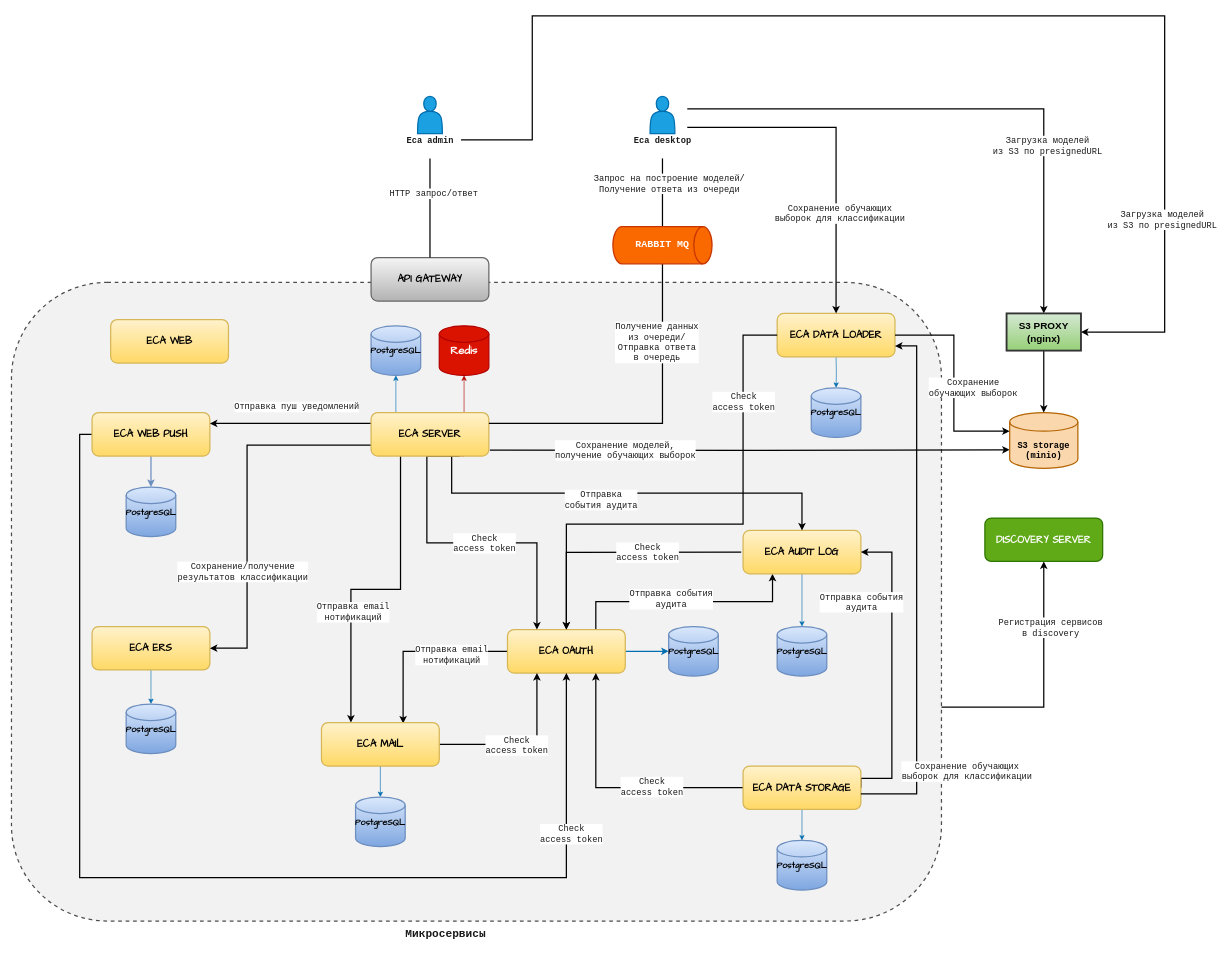
Stonnos/eca-service keeps this draw.io diagram as doc/schemas/eca-service-architecture.drawio. Above is the earlier version. Source tidied: cells renumbered, new cells numbered last; positions are measured from the earlier drawing's top-left corner, leaving out a move shared by most shapes. Both pictures are drawn from the tidied source at 62%, with x=0, y=0 at pixel (11, 16).
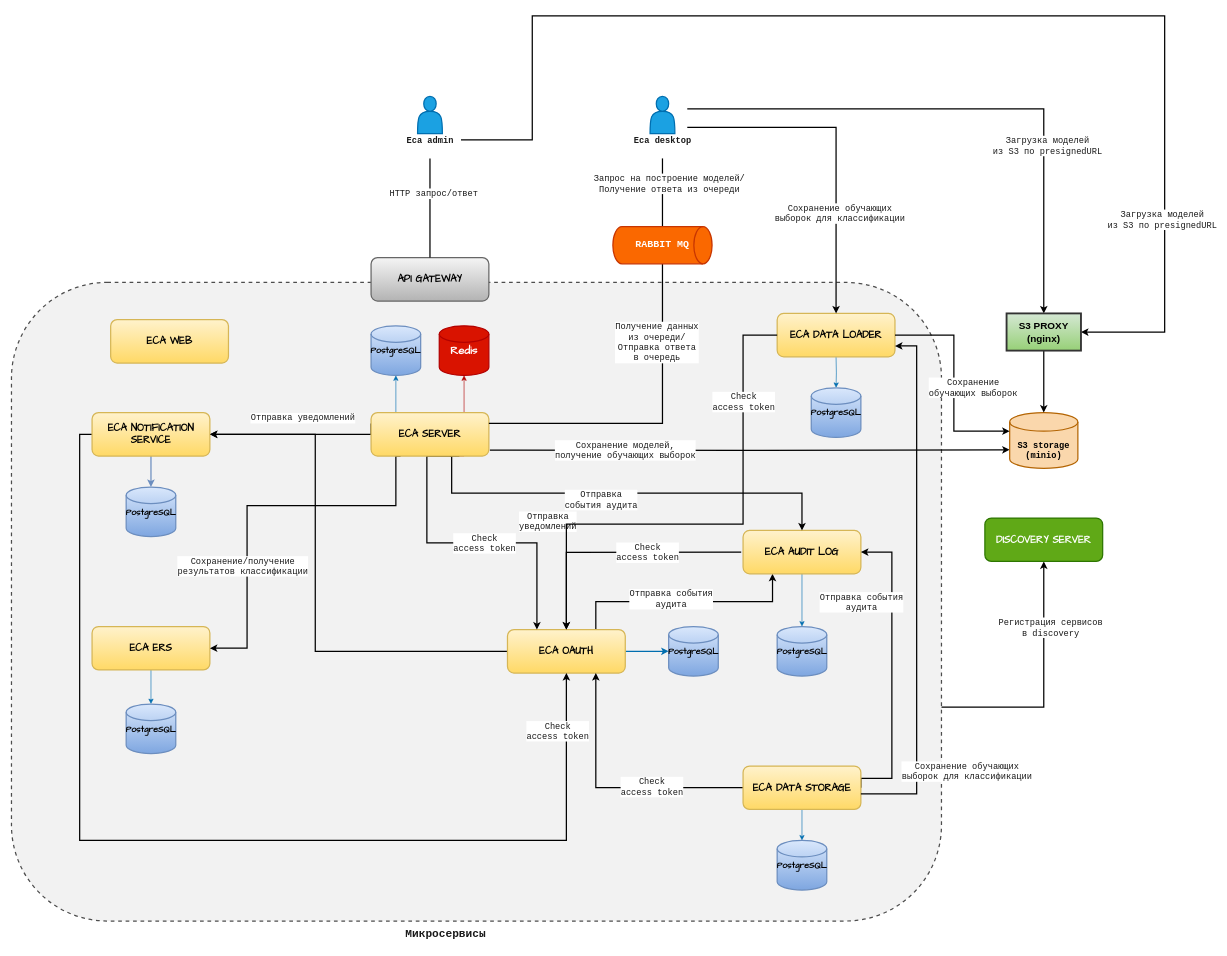
The same page after the edit.

Unchanged cells that the change refers to:
```xml
<mxCell id="11" value="&lt;font face=&quot;Comic Sans MS&quot;&gt;&lt;span style=&quot;font-size: 16px;&quot;&gt;&lt;b&gt;ECA OAUTH&lt;/b&gt;&lt;/span&gt;&lt;/font&gt;" style="rounded=1;whiteSpace=wrap;html=1;strokeColor=#d6b656;strokeWidth=2;fillColor=#fff2cc;gradientColor=#ffd966;" parent="1" vertex="1">
  <mxGeometry x="800" y="990" width="190" height="70" as="geometry" />
</mxCell>
<mxCell id="28" value="&lt;font face=&quot;Comic Sans MS&quot;&gt;&lt;span style=&quot;font-size: 16px;&quot;&gt;&lt;b&gt;ECA ERS&lt;/b&gt;&lt;/span&gt;&lt;/font&gt;" style="rounded=1;whiteSpace=wrap;html=1;strokeColor=#d6b656;strokeWidth=2;fillColor=#fff2cc;gradientColor=#ffd966;" parent="1" vertex="1">
  <mxGeometry x="130" y="985" width="190" height="70" as="geometry" />
</mxCell>
<mxCell id="43" value="&lt;font face=&quot;Comic Sans MS&quot;&gt;&lt;span style=&quot;font-size: 16px;&quot;&gt;&lt;b&gt;ECA SERVER&lt;/b&gt;&lt;/span&gt;&lt;/font&gt;" style="rounded=1;whiteSpace=wrap;html=1;strokeColor=#d6b656;strokeWidth=2;fillColor=#fff2cc;gradientColor=#ffd966;" parent="1" vertex="1">
  <mxGeometry x="580" y="640" width="190" height="70" as="geometry" />
</mxCell>
```

What changed in the source:
```diff
@@
-    <mxCell id="6" style="edgeStyle=orthogonalEdgeStyle;rounded=0;jettySize=auto;html=1;exitX=0;exitY=0.5;exitDx=0;exitDy=0;entryX=0.693;entryY=0.019;entryDx=0;entryDy=0;entryPerimeter=0;fontFamily=Courier New;fontSize=14;fontColor=#1A1A1A;endArrow=classic;endFill=1;strokeWidth=2;" parent="1" edge="1" source="11" target="47">
-      <mxGeometry relative="1" as="geometry" />
+    <mxCell id="6" style="edgeStyle=orthogonalEdgeStyle;rounded=0;jettySize=auto;html=1;exitX=0;exitY=0.5;exitDx=0;exitDy=0;fontFamily=Courier New;fontSize=14;fontColor=#1A1A1A;endArrow=classic;endFill=1;strokeWidth=2;" parent="1" edge="1" source="11" target="26">
+      <mxGeometry relative="1" as="geometry">
+        <Array as="points">
+          <mxPoint x="490" y="1025.1" />
+          <mxPoint x="490" y="675.1" />
+        </Array>
+      </mxGeometry>
     </mxCell>
-    <mxCell id="7" value="Отправка email&lt;br&gt;нотификаций" style="edgeLabel;html=1;align=center;verticalAlign=middle;fontSize=14;fontFamily=Courier New;fontColor=#1A1A1A;" parent="6" vertex="1">
+    <mxCell id="7" value="Отправка&lt;div&gt;уведомлений&lt;/div&gt;" style="edgeLabel;html=1;align=center;verticalAlign=middle;fontSize=14;fontFamily=Courier New;fontColor=#1A1A1A;" parent="6" vertex="1">
       <mxGeometry x="-0.27" y="5" relative="1" as="geometry">
-        <mxPoint x="13" as="offset" />
+        <mxPoint x="367" y="-215" as="offset" />
       </mxGeometry>
     </mxCell>
@@
     <mxCell id="23" style="edgeStyle=orthogonalEdgeStyle;rounded=0;jettySize=auto;html=1;exitX=0;exitY=0.5;exitDx=0;exitDy=0;entryX=0.5;entryY=1;entryDx=0;entryDy=0;fontFamily=Courier New;fontSize=14;fontColor=#1A1A1A;endArrow=classic;endFill=1;strokeWidth=2;" parent="1" edge="1" source="26" target="11">
       <mxGeometry relative="1" as="geometry">
         <Array as="points">
-          <mxPoint x="110" y="675" />
-          <mxPoint x="110" y="1390" />
-          <mxPoint x="895" y="1390" />
+          <mxPoint x="110" y="675.1" />
+          <mxPoint x="110" y="1330" />
+          <mxPoint x="895.1" y="1330" />
         </Array>
       </mxGeometry>
     </mxCell>
     <mxCell id="24" value="Check&lt;br&gt;access token" style="edgeLabel;html=1;align=center;verticalAlign=middle;fontSize=14;fontFamily=Courier New;fontColor=#1A1A1A;" parent="23" vertex="1">
-      <mxGeometry x="0.72" y="-7" relative="1" as="geometry" />
+      <mxGeometry x="0.72" y="-7" relative="1" as="geometry">
+        <mxPoint x="-22" y="-149" as="offset" />
+      </mxGeometry>
     </mxCell>
@@
-    <mxCell id="26" value="&lt;font face=&quot;Comic Sans MS&quot;&gt;&lt;span style=&quot;font-size: 16px;&quot;&gt;&lt;b&gt;ECA WEB PUSH&lt;/b&gt;&lt;/span&gt;&lt;/font&gt;" style="rounded=1;whiteSpace=wrap;html=1;strokeColor=#d6b656;strokeWidth=2;fillColor=#fff2cc;gradientColor=#ffd966;" parent="1" vertex="1">
+    <mxCell id="26" value="&lt;font face=&quot;Comic Sans MS&quot;&gt;&lt;span style=&quot;font-size: 16px;&quot;&gt;&lt;b&gt;ECA NOTIFICATION SERVICE&lt;/b&gt;&lt;/span&gt;&lt;/font&gt;" style="rounded=1;whiteSpace=wrap;html=1;strokeColor=#d6b656;strokeWidth=2;fillColor=#fff2cc;gradientColor=#ffd966;" parent="1" vertex="1">
       <mxGeometry x="130" y="640" width="190" height="70" as="geometry" />
     </mxCell>
@@
-    <mxCell id="31" style="edgeStyle=orthogonalEdgeStyle;rounded=0;jettySize=auto;html=1;exitX=0;exitY=0.25;exitDx=0;exitDy=0;entryX=1;entryY=0.25;entryDx=0;entryDy=0;fontFamily=Courier New;fontSize=14;fontColor=#1A1A1A;endArrow=classic;endFill=1;strokeWidth=2;" parent="1" edge="1" source="43" target="26">
-      <mxGeometry relative="1" as="geometry" />
+    <mxCell id="31" style="edgeStyle=orthogonalEdgeStyle;rounded=0;jettySize=auto;html=1;exitX=0;exitY=0.25;exitDx=0;exitDy=0;entryX=1;entryY=0.5;entryDx=0;entryDy=0;fontFamily=Courier New;fontSize=14;fontColor=#1A1A1A;endArrow=classic;endFill=1;strokeWidth=2;" parent="1" edge="1" source="43" target="26">
+      <mxGeometry relative="1" as="geometry">
+        <Array as="points">
+          <mxPoint x="580" y="675.1" />
+        </Array>
+      </mxGeometry>
     </mxCell>
-    <mxCell id="32" value="Отправка пуш уведомлений" style="edgeLabel;html=1;align=center;verticalAlign=middle;fontSize=14;fontFamily=Courier New;fontColor=#1A1A1A;" parent="31" vertex="1">
+    <mxCell id="32" value="Отправка уведомлений" style="edgeLabel;html=1;align=center;verticalAlign=middle;fontSize=14;fontFamily=Courier New;fontColor=#1A1A1A;" parent="31" vertex="1">
       <mxGeometry x="-0.15" y="3" relative="1" as="geometry">
         <mxPoint x="-10" y="-30" as="offset" />
       </mxGeometry>
     </mxCell>
-    <mxCell id="33" style="edgeStyle=orthogonalEdgeStyle;rounded=0;jettySize=auto;html=1;exitX=0;exitY=0.75;exitDx=0;exitDy=0;entryX=1;entryY=0.5;entryDx=0;entryDy=0;fontFamily=Courier New;fontSize=14;fontColor=#1A1A1A;endArrow=classic;endFill=1;strokeWidth=2;" parent="1" edge="1" source="43" target="28">
+    <mxCell id="33" style="edgeStyle=orthogonalEdgeStyle;rounded=0;jettySize=auto;html=1;exitX=0.25;exitY=1;exitDx=0;exitDy=0;entryX=1;entryY=0.5;entryDx=0;entryDy=0;fontFamily=Courier New;fontSize=14;fontColor=#1A1A1A;endArrow=classic;endFill=1;strokeWidth=2;" parent="1" edge="1" source="43" target="28">
       <mxGeometry relative="1" as="geometry">
         <Array as="points">
-          <mxPoint x="380" y="693" />
+          <mxPoint x="620" y="710" />
+          <mxPoint x="620" y="790" />
+          <mxPoint x="380" y="790" />
           <mxPoint x="380" y="1020" />
         </Array>
       </mxGeometry>
     </mxCell>
@@
-    <mxCell id="35" style="edgeStyle=orthogonalEdgeStyle;rounded=0;jettySize=auto;html=1;exitX=0.25;exitY=1;exitDx=0;exitDy=0;entryX=0.25;entryY=0;entryDx=0;entryDy=0;fontFamily=Courier New;fontSize=14;fontColor=#1A1A1A;endArrow=classic;endFill=1;strokeWidth=2;" parent="1" edge="1" source="43" target="47">
-      <mxGeometry relative="1" as="geometry" />
-    </mxCell>
-    <mxCell id="36" value="Отправка email&lt;br&gt;нотификаций" style="edgeLabel;html=1;align=center;verticalAlign=middle;fontSize=14;fontFamily=Courier New;fontColor=#1A1A1A;" parent="35" vertex="1">
-      <mxGeometry x="-0.41" y="6" relative="1" as="geometry">
-        <mxPoint x="-83" y="101" as="offset" />
-      </mxGeometry>
-    </mxCell>
@@
-    <mxCell id="44" style="edgeStyle=orthogonalEdgeStyle;rounded=0;jettySize=auto;html=1;exitX=0.5;exitY=1;exitDx=0;exitDy=0;entryX=0.5;entryY=0;entryDx=0;entryDy=0;entryPerimeter=0;fontFamily=Courier New;fontSize=18;fontColor=#FFFFFF;fillColor=#1ba1e2;strokeColor=#006EAF;" parent="1" edge="1" source="47" target="51">
-      <mxGeometry relative="1" as="geometry" />
-    </mxCell>
-    <mxCell id="45" style="edgeStyle=orthogonalEdgeStyle;rounded=0;jettySize=auto;html=1;exitX=1;exitY=0.5;exitDx=0;exitDy=0;entryX=0.25;entryY=1;entryDx=0;entryDy=0;fontFamily=Courier New;fontSize=14;fontColor=#1A1A1A;endArrow=classic;endFill=1;strokeWidth=2;" parent="1" edge="1" source="47" target="11">
-      <mxGeometry relative="1" as="geometry" />
-    </mxCell>
-    <mxCell id="46" value="Check&lt;br&gt;access token" style="edgeLabel;html=1;align=center;verticalAlign=middle;fontSize=14;fontFamily=Courier New;fontColor=#1A1A1A;" parent="45" vertex="1">
-      <mxGeometry x="-0.09" y="-1" relative="1" as="geometry" />
-    </mxCell>
-    <mxCell id="47" value="&lt;font face=&quot;Comic Sans MS&quot;&gt;&lt;span style=&quot;font-size: 16px;&quot;&gt;&lt;b&gt;ECA MAIL&lt;/b&gt;&lt;/span&gt;&lt;/font&gt;" style="rounded=1;whiteSpace=wrap;html=1;strokeColor=#d6b656;strokeWidth=2;fillColor=#fff2cc;gradientColor=#ffd966;" parent="1" vertex="1">
-      <mxGeometry x="500" y="1140" width="190" height="70" as="geometry" />
-    </mxCell>
@@
-    <mxCell id="51" value="&lt;b&gt;&lt;font style=&quot;font-size: 14px;&quot;&gt;PostgreSQL&lt;/font&gt;&lt;/b&gt;" style="strokeWidth=2;html=1;shape=mxgraph.flowchart.database;whiteSpace=wrap;fontFamily=Comic Sans MS;fontSize=16;fillColor=#dae8fc;gradientColor=#7ea6e0;strokeColor=#6c8ebf;" parent="1" vertex="1">
-      <mxGeometry x="555" y="1260" width="80" height="80" as="geometry" />
-    </mxCell>
```
